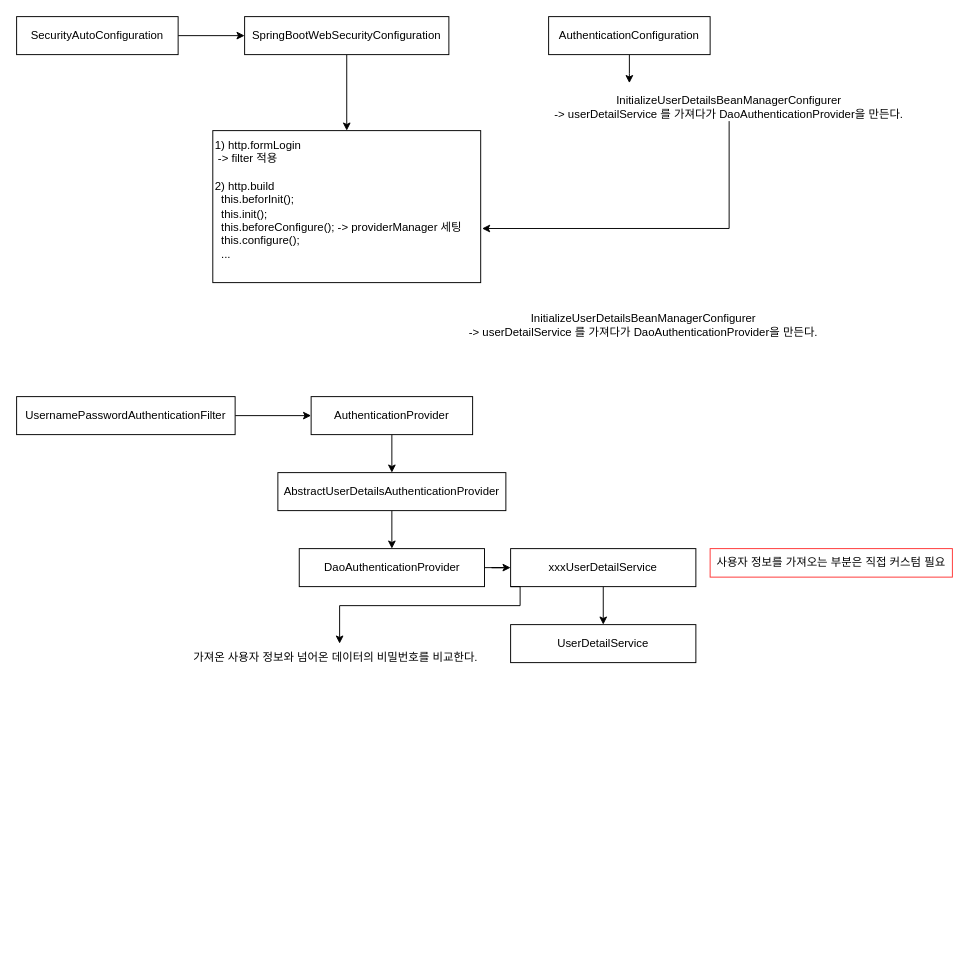
This is chapter5.drawio from SongYoungMin-304/InflearnDraw.io, a draw.io file, before an edit. Source tidied: cells renumbered, new cells numbered last; positions are measured from the earlier drawing's top-left corner, leaving out a move shared by most shapes. Both pictures are drawn from the tidied source at 95%, with x=0, y=0 at pixel (16, 16).
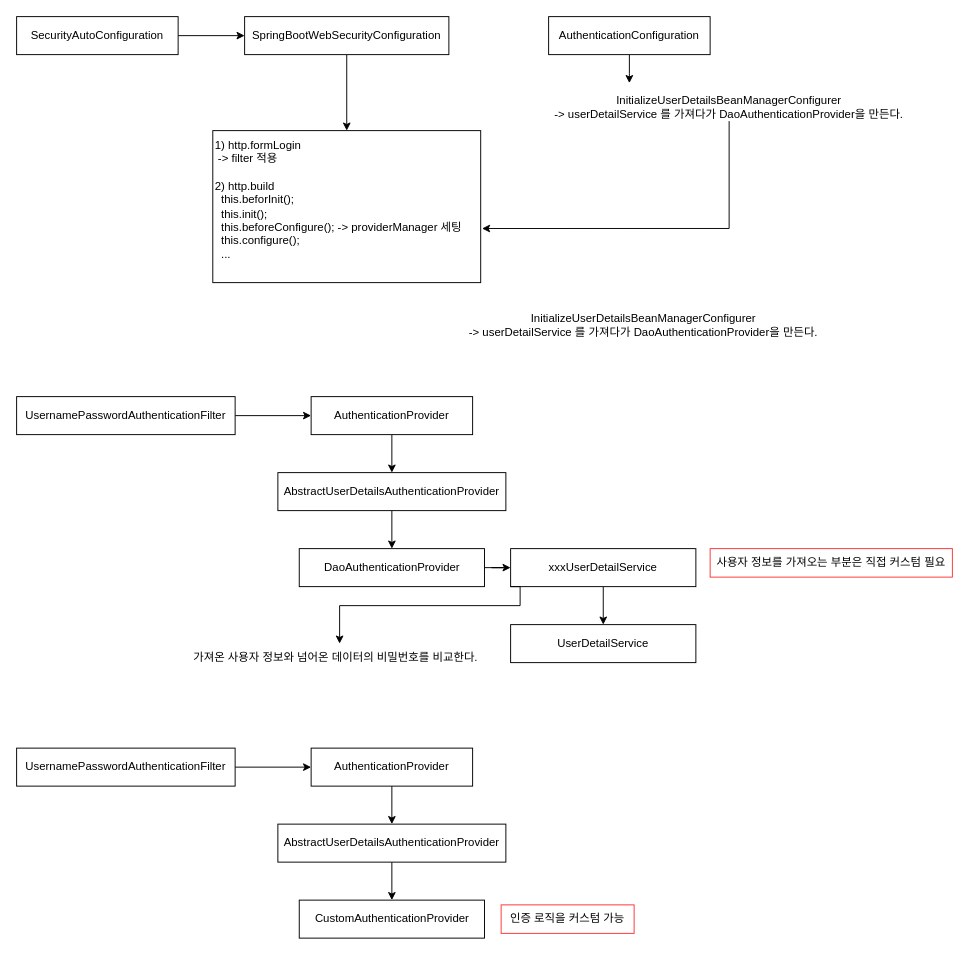
Above is the later version.

Diff of the diagram source:
```diff
@@
+    <mxCell id="26" style="edgeStyle=orthogonalEdgeStyle;rounded=0;jettySize=auto;html=1;" parent="1" edge="1" source="27" target="29">
+      <mxGeometry relative="1" as="geometry" />
+    </mxCell>
+    <mxCell id="27" value="UsernamePasswordAuthenticationFilter" style="rounded=0;whiteSpace=wrap;html=1;" parent="1" vertex="1">
+      <mxGeometry y="770" width="230" height="40" as="geometry" />
+    </mxCell>
+    <mxCell id="28" style="edgeStyle=orthogonalEdgeStyle;rounded=0;jettySize=auto;html=1;" parent="1" edge="1" source="29" target="31">
+      <mxGeometry relative="1" as="geometry" />
+    </mxCell>
+    <mxCell id="29" value="AuthenticationProvider" style="rounded=0;whiteSpace=wrap;html=1;" parent="1" vertex="1">
+      <mxGeometry x="310" y="770" width="170" height="40" as="geometry" />
+    </mxCell>
+    <mxCell id="30" style="edgeStyle=orthogonalEdgeStyle;rounded=0;jettySize=auto;html=1;" parent="1" edge="1" source="31" target="32">
+      <mxGeometry relative="1" as="geometry" />
+    </mxCell>
+    <mxCell id="31" value="AbstractUserDetailsAuthenticationProvider" style="rounded=0;whiteSpace=wrap;html=1;" parent="1" vertex="1">
+      <mxGeometry x="275" y="850" width="240" height="40" as="geometry" />
+    </mxCell>
+    <mxCell id="32" value="CustomAuthenticationProvider" style="rounded=0;whiteSpace=wrap;html=1;" parent="1" vertex="1">
+      <mxGeometry x="297.5" y="930" width="195" height="40" as="geometry" />
+    </mxCell>
+    <mxCell id="33" value="인증 로직을 커스텀 가능" style="text;html=1;align=center;verticalAlign=middle;whiteSpace=wrap;rounded=0;strokeColor=#FF3333;" parent="1" vertex="1">
+      <mxGeometry x="510" y="935" width="140" height="30" as="geometry" />
+    </mxCell>
```
